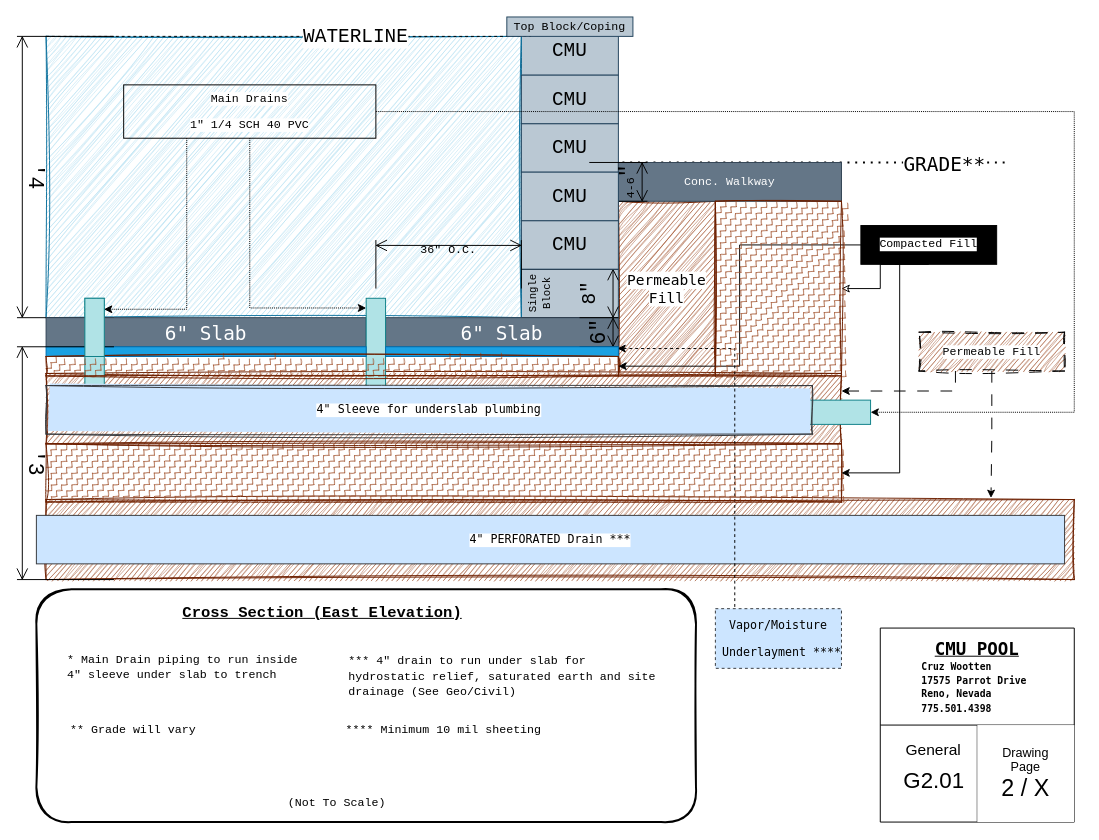
Earlier version of the draw.io diagram G201.drawio (LilWikipedia/parrotpool). Source tidied: cells renumbered, new cells numbered last; positions are measured from the earlier drawing's top-left corner, leaving out a move shared by most shapes. Both pictures are drawn from the tidied source at 97%, with x=0, y=0 at pixel (16, 16).
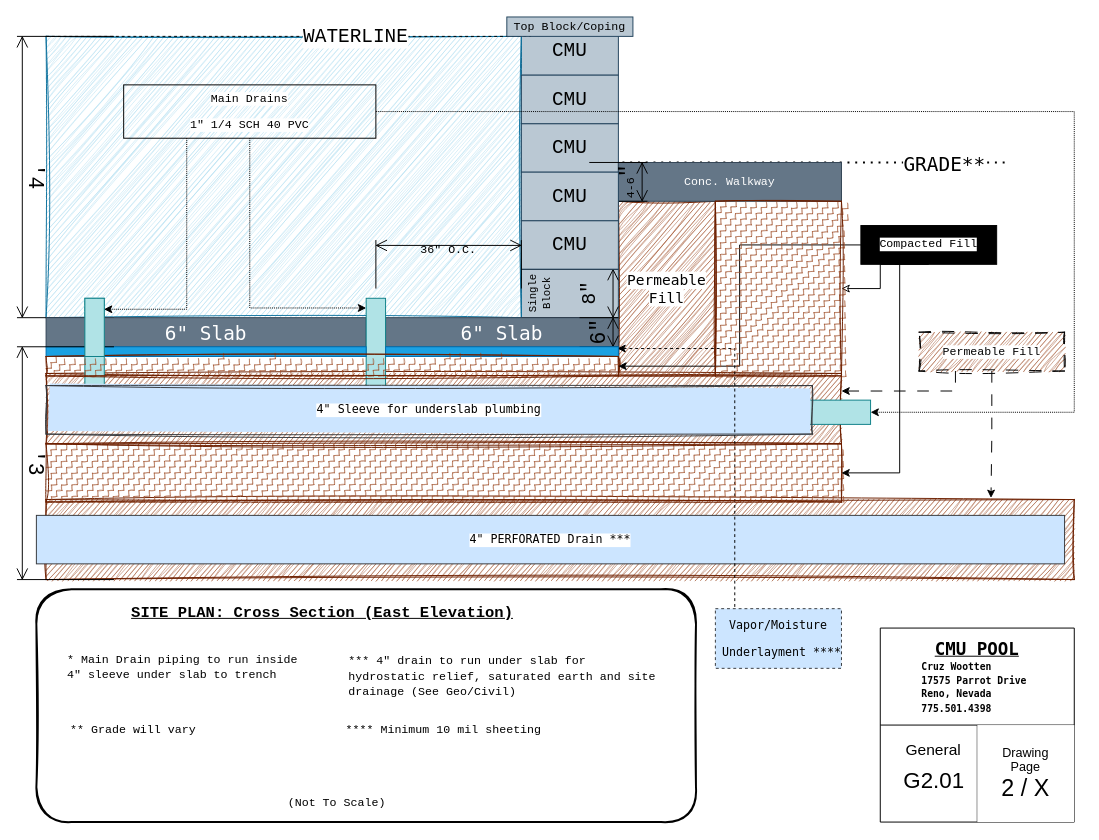
The same page after the edit.

What changed in the source:
```diff
@@
-    <mxCell id="17" value="&lt;font style=&quot;font-size: 16px;&quot; face=&quot;Courier New&quot;&gt;&lt;b style=&quot;&quot;&gt;&lt;u&gt;Cross Section (East Elevation)&lt;/u&gt;&lt;/b&gt;&lt;/font&gt;" style="text;html=1;align=center;verticalAlign=middle;whiteSpace=wrap;rounded=0;" parent="1" vertex="1">
+    <mxCell id="17" value="&lt;font style=&quot;font-size: 16px;&quot; face=&quot;Courier New&quot;&gt;&lt;b style=&quot;&quot;&gt;&lt;u&gt;SITE PLAN: Cross Section (East Elevation)&lt;/u&gt;&lt;/b&gt;&lt;/font&gt;" style="text;html=1;align=center;verticalAlign=middle;whiteSpace=wrap;rounded=0;" parent="1" vertex="1">
       <mxGeometry x="60" y="600" width="510" height="30" as="geometry" />
     </mxCell>
```
